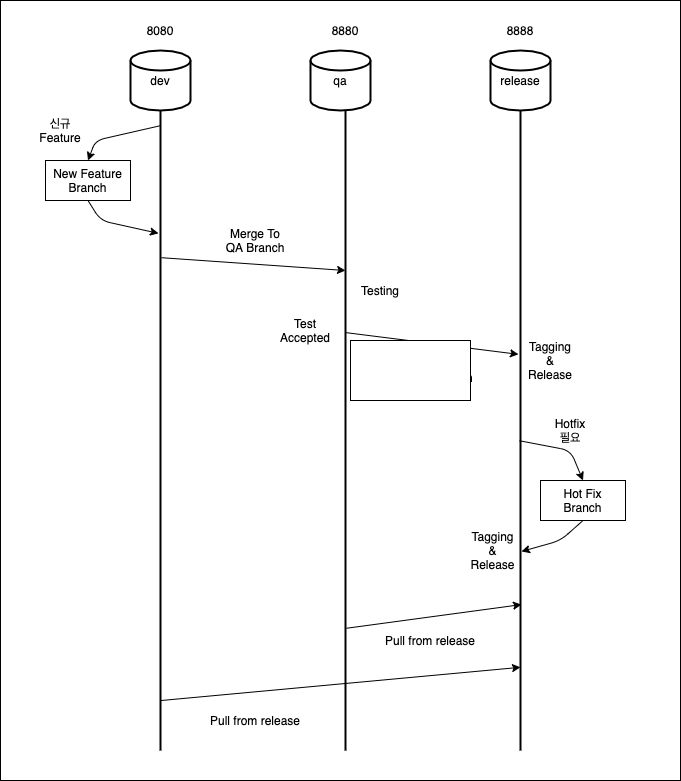
This is Git Flow.png from yoowonyoung/intellij, a draw.io export, as it was before one commit. Source tidied: cells renumbered, new cells last; positions are measured from the earlier drawing's top-left corner, leaving out a move shared by most shapes.
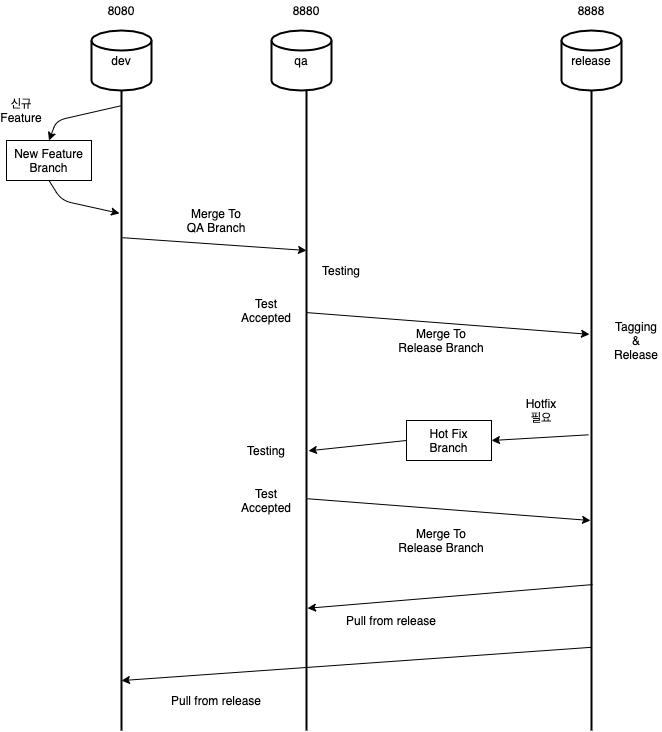
After the commit.

What changed in the source:
```diff
@@ -2,9 +2,6 @@
   <root>
     <mxCell id="0" />
     <mxCell id="1" parent="0" />
-    <mxCell id="2" style="rounded=0;whiteSpace=wrap;html=1;" parent="1" vertex="1">
-      <mxGeometry width="680" height="780" as="geometry" />
-    </mxCell>
     <mxCell id="3" value="dev" style="strokeWidth=2;html=1;shape=mxgraph.flowchart.database;whiteSpace=wrap;" parent="1" vertex="1">
       <mxGeometry x="130" y="50" width="60" height="60" as="geometry" />
     </mxCell>
@@ -12,7 +9,7 @@
       <mxGeometry x="310" y="50" width="60" height="60" as="geometry" />
     </mxCell>
     <mxCell id="5" value="release" style="strokeWidth=2;html=1;shape=mxgraph.flowchart.database;whiteSpace=wrap;" parent="1" vertex="1">
-      <mxGeometry x="490" y="50" width="60" height="60" as="geometry" />
+      <mxGeometry x="600" y="50" width="60" height="60" as="geometry" />
     </mxCell>
     <mxCell id="6" style="line;strokeWidth=2;direction=south;html=1;" parent="1" vertex="1">
       <mxGeometry x="155" y="110" width="10" height="640" as="geometry" />
@@ -21,7 +18,7 @@
       <mxGeometry x="340" y="110" width="10" height="640" as="geometry" />
     </mxCell>
     <mxCell id="8" style="line;strokeWidth=2;direction=south;html=1;" parent="1" vertex="1">
-      <mxGeometry x="515" y="110" width="10" height="640" as="geometry" />
+      <mxGeometry x="625" y="110" width="10" height="640" as="geometry" />
     </mxCell>
     <mxCell id="9" style="endArrow=classic;html=1;exitX=0.024;exitY=0.583;exitDx=0;exitDy=0;exitPerimeter=0;entryX=0.5;entryY=0;entryDx=0;entryDy=0;" parent="1" edge="1" source="6" target="11">
       <mxGeometry relative="1" as="geometry">
@@ -59,7 +56,7 @@
       <mxGeometry x="325" y="20" width="40" height="20" as="geometry" />
     </mxCell>
     <mxCell id="18" value="8888" style="text;html=1;strokeColor=none;fillColor=none;align=center;verticalAlign=middle;whiteSpace=wrap;rounded=0;" parent="1" vertex="1">
-      <mxGeometry x="500" y="20" width="40" height="20" as="geometry" />
+      <mxGeometry x="610" y="20" width="40" height="20" as="geometry" />
     </mxCell>
     <mxCell id="19" value="Testing" style="text;html=1;strokeColor=none;fillColor=none;align=center;verticalAlign=middle;whiteSpace=wrap;rounded=0;" parent="1" vertex="1">
       <mxGeometry x="360" y="280" width="40" height="20" as="geometry" />
@@ -68,48 +65,49 @@
       <mxGeometry x="270" y="320" width="70" height="20" as="geometry" />
     </mxCell>
     <mxCell id="21" value="Merge To&lt;br&gt;Release Branch" style="text;html=1;strokeColor=none;fillColor=none;align=center;verticalAlign=middle;whiteSpace=wrap;rounded=0;" parent="1" vertex="1">
-      <mxGeometry x="380" y="360" width="100" height="20" as="geometry" />
+      <mxGeometry x="430" y="350" width="100" height="20" as="geometry" />
     </mxCell>
     <mxCell id="22" value="Tagging &amp;amp; Release" style="text;html=1;strokeColor=none;fillColor=none;align=center;verticalAlign=middle;whiteSpace=wrap;rounded=0;" parent="1" vertex="1">
-      <mxGeometry x="525" y="350" width="50" height="20" as="geometry" />
+      <mxGeometry x="650" y="350" width="50" height="20" as="geometry" />
     </mxCell>
     <mxCell id="23" value="Hot Fix&lt;br&gt;Branch" style="rounded=0;whiteSpace=wrap;html=1;" parent="1" vertex="1">
-      <mxGeometry x="540" y="480" width="85" height="40" as="geometry" />
+      <mxGeometry x="445" y="440" width="85" height="40" as="geometry" />
     </mxCell>
-    <mxCell id="24" style="endArrow=classic;html=1;entryX=0.5;entryY=0;entryDx=0;entryDy=0;exitX=0.516;exitY=0.6;exitDx=0;exitDy=0;exitPerimeter=0;" parent="1" edge="1" source="8" target="23">
-      <mxGeometry relative="1" as="geometry">
-        <Array as="points">
-          <mxPoint x="570" y="450" />
-        </Array>
-      </mxGeometry>
-    </mxCell>
     <mxCell id="25" value="Hotfix 필요" style="text;html=1;strokeColor=none;fillColor=none;align=center;verticalAlign=middle;whiteSpace=wrap;rounded=0;" parent="1" vertex="1">
-      <mxGeometry x="550" y="420" width="40" height="20" as="geometry" />
+      <mxGeometry x="560" y="420" width="40" height="20" as="geometry" />
     </mxCell>
-    <mxCell id="26" style="endArrow=classic;html=1;exitX=0.5;exitY=1;exitDx=0;exitDy=0;entryX=0.689;entryY=0.4;entryDx=0;entryDy=0;entryPerimeter=0;" parent="1" edge="1" source="23" target="8">
-      <mxGeometry relative="1" as="geometry">
-        <Array as="points">
-          <mxPoint x="560" y="540" />
-        </Array>
-      </mxGeometry>
-    </mxCell>
-    <mxCell id="27" value="Tagging &amp;amp; Release" style="text;html=1;strokeColor=none;fillColor=none;align=center;verticalAlign=middle;whiteSpace=wrap;rounded=0;" parent="1" vertex="1">
-      <mxGeometry x="470" y="540" width="45" height="20" as="geometry" />
-    </mxCell>
-    <mxCell id="28" style="endArrow=classic;html=1;entryX=0.772;entryY=0.4;entryDx=0;entryDy=0;entryPerimeter=0;exitX=0.809;exitY=0.4;exitDx=0;exitDy=0;exitPerimeter=0;" parent="1" edge="1" source="7" target="8">
+    <mxCell id="28" style="endArrow=classic;html=1;entryX=0.809;entryY=0.4;entryDx=0;entryDy=0;entryPerimeter=0;exitX=0.772;exitY=0.4;exitDx=0;exitDy=0;exitPerimeter=0;" parent="1" edge="1" source="8" target="7">
       <mxGeometry relative="1" as="geometry" />
     </mxCell>
     <mxCell id="29" value="Pull from release" style="text;html=1;strokeColor=none;fillColor=none;align=center;verticalAlign=middle;whiteSpace=wrap;rounded=0;" parent="1" vertex="1">
       <mxGeometry x="380" y="630" width="100" height="20" as="geometry" />
     </mxCell>
-    <mxCell id="30" style="endArrow=classic;html=1;exitX=0.922;exitY=0.5;exitDx=0;exitDy=0;exitPerimeter=0;entryX=0.87;entryY=0.5;entryDx=0;entryDy=0;entryPerimeter=0;" parent="1" edge="1" source="6" target="8">
+    <mxCell id="30" style="endArrow=classic;html=1;exitX=0.87;exitY=0.5;exitDx=0;exitDy=0;exitPerimeter=0;entryX=0.922;entryY=0.5;entryDx=0;entryDy=0;entryPerimeter=0;" parent="1" edge="1" source="8" target="6">
       <mxGeometry relative="1" as="geometry" />
     </mxCell>
     <mxCell id="31" value="Pull from release" style="text;html=1;strokeColor=none;fillColor=none;align=center;verticalAlign=middle;whiteSpace=wrap;rounded=0;" parent="1" vertex="1">
       <mxGeometry x="205" y="710" width="100" height="20" as="geometry" />
     </mxCell>
-    <mxCell id="32" style="rounded=0;whiteSpace=wrap;html=1;" parent="1" vertex="1">
-      <mxGeometry x="350" y="340" width="120" height="60" as="geometry" />
-    </mxCell>
+    <mxCell id="33" style="endArrow=classic;html=1;exitX=0;exitY=0.5;exitDx=0;exitDy=0;entryX=0.563;entryY=0.3;entryDx=0;entryDy=0;entryPerimeter=0;" parent="1" edge="1" source="23" target="7">
+      <mxGeometry relative="1" as="geometry" />
+    </mxCell>
+    <mxCell id="24" style="endArrow=classic;html=1;exitX=0.538;exitY=0.8;exitDx=0;exitDy=0;exitPerimeter=0;entryX=1;entryY=0.5;entryDx=0;entryDy=0;" parent="1" edge="1" source="8" target="23">
+      <mxGeometry relative="1" as="geometry" />
+    </mxCell>
+    <mxCell id="34" value="Testing" style="text;html=1;strokeColor=none;fillColor=none;align=center;verticalAlign=middle;whiteSpace=wrap;rounded=0;" parent="1" vertex="1">
+      <mxGeometry x="285" y="460" width="40" height="20" as="geometry" />
+    </mxCell>
+    <mxCell id="35" value="Test Accepted" style="text;html=1;strokeColor=none;fillColor=none;align=center;verticalAlign=middle;whiteSpace=wrap;rounded=0;" parent="1" vertex="1">
+      <mxGeometry x="270" y="510" width="70" height="20" as="geometry" />
+    </mxCell>
+    <mxCell id="36" style="endArrow=classic;html=1;exitX=0.347;exitY=0.5;exitDx=0;exitDy=0;exitPerimeter=0;entryX=0.381;entryY=0.7;entryDx=0;entryDy=0;entryPerimeter=0;" parent="1" edge="1">
+      <mxGeometry relative="1" as="geometry">
+        <mxPoint x="346" y="518.2" as="sourcePoint" />
+        <mxPoint x="629" y="540" as="targetPoint" />
+      </mxGeometry>
+    </mxCell>
+    <mxCell id="37" value="Merge To&lt;br&gt;Release Branch" style="text;html=1;strokeColor=none;fillColor=none;align=center;verticalAlign=middle;whiteSpace=wrap;rounded=0;" parent="1" vertex="1">
+      <mxGeometry x="430" y="550" width="100" height="20" as="geometry" />
+    </mxCell>
   </root>
 </mxGraphModel>
```
